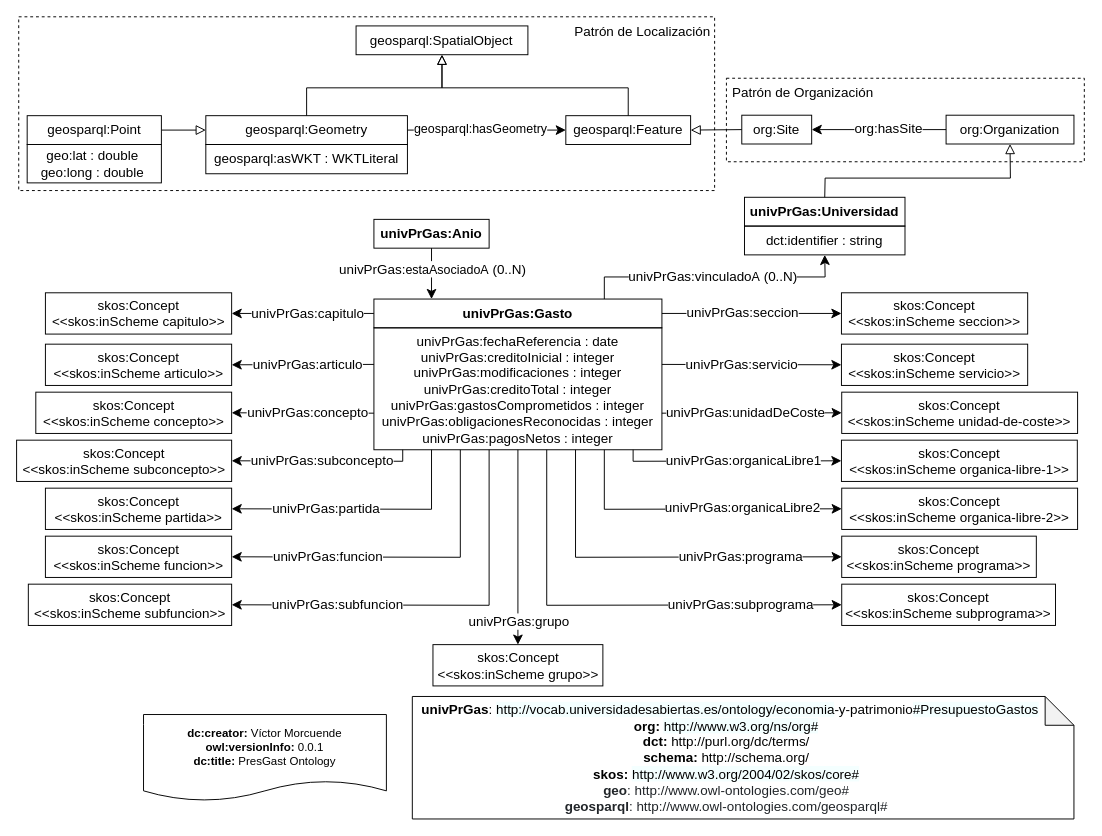
Earlier version of the draw.io diagram vocab-presupuesto-gastos/PresGast Diagrama_v1.drawio (openuniversitydata/economia-y-patrimonio). Source tidied: cells renumbered, new cells numbered last; positions are measured from the earlier drawing's top-left corner, leaving out a move shared by most shapes. Both pictures are drawn from the tidied source at 96%, with x=0, y=0 at pixel (16, 16).
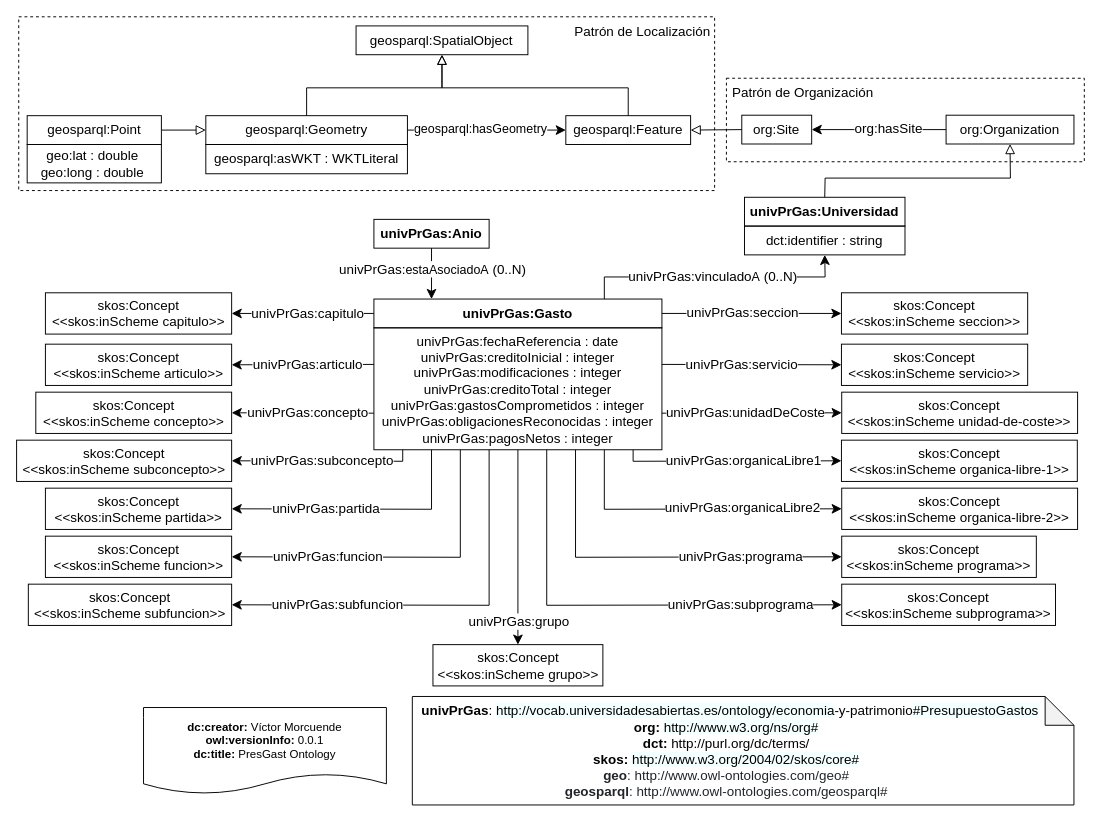
The same page after the edit.

Change to the diagram source:
```diff
@@
     <mxCell id="2" value="&lt;div&gt;&lt;b&gt;dc:creator:&lt;/b&gt;&amp;nbsp;Víctor Morcuende&lt;/div&gt;&lt;div&gt;&lt;b&gt;owl:versionInfo:&lt;/b&gt; 0.0.1&lt;/div&gt;&lt;div&gt;&lt;b&gt;dc:title:&lt;/b&gt; PresGast Ontology&lt;/div&gt;" style="shape=document;whiteSpace=wrap;html=1;boundedLbl=1;labelBackgroundColor=#ffffff;strokeColor=#000000;fontSize=12;fontColor=#000000;size=0.23333333333333334;fillColor=none;" parent="1" vertex="1">
-      <mxGeometry x="132" y="726.8" width="253" height="90" as="geometry" />
+      <mxGeometry x="132" y="719.5" width="253" height="90" as="geometry" />
     </mxCell>
-    <mxCell id="3" value="&lt;div&gt;&lt;div&gt;&lt;div&gt;&lt;div&gt;&lt;div&gt;&lt;b&gt;&amp;nbsp; univPrGas&lt;/b&gt;:&amp;nbsp;&lt;span style=&quot;background-color: rgb(244 , 255 , 255)&quot;&gt;http://vocab.universidadesabiertas.es/ontology/economia&lt;/span&gt;-y-patrimonio&lt;span style=&quot;background-color: rgb(244 , 255 , 255)&quot;&gt;#PresupuestoGastos&lt;/span&gt;&lt;/div&gt;&lt;/div&gt;&lt;/div&gt;&lt;/div&gt;&lt;/div&gt;&lt;div&gt;&lt;div style=&quot;text-align: center&quot;&gt;&lt;b&gt;org:&amp;nbsp;&lt;/b&gt;&lt;span style=&quot;background-color: rgb(244 , 255 , 255)&quot;&gt;http://www.w3.org/ns/org#&lt;/span&gt;&lt;br&gt;&lt;/div&gt;&lt;div&gt;&lt;div style=&quot;text-align: center&quot;&gt;&lt;b&gt;dct:&amp;nbsp;&lt;/b&gt;http://purl.org/dc/terms/&lt;br&gt;&lt;/div&gt;&lt;div style=&quot;text-align: center&quot;&gt;&lt;b&gt;schema:&lt;/b&gt; http://schema.org/&lt;/div&gt;&lt;div style=&quot;text-align: center&quot;&gt;&lt;b&gt;skos:&amp;nbsp;&lt;/b&gt;&lt;span style=&quot;background-color: rgb(244 , 255 , 255)&quot;&gt;http://www.w3.org/2004/02/skos/core#&lt;/span&gt;&lt;br&gt;&lt;/div&gt;&lt;div&gt;&lt;/div&gt;&lt;span&gt;&lt;div style=&quot;text-align: center&quot;&gt;&lt;span style=&quot;color: rgb(33 , 37 , 41) ; box-sizing: border-box&quot;&gt;&lt;b&gt;geo&lt;/b&gt;:&amp;nbsp;&lt;/span&gt;&lt;span style=&quot;color: rgb(33 , 37 , 41)&quot;&gt;http://www.owl-ontologies.com/geo#&lt;/span&gt;&lt;br&gt;&lt;/div&gt;&lt;/span&gt;&lt;div style=&quot;text-align: center&quot;&gt;&lt;span style=&quot;color: rgb(33 , 37 , 41) ; box-sizing: border-box&quot;&gt;&lt;b&gt;geosparql&lt;/b&gt;:&amp;nbsp;&lt;/span&gt;&lt;span style=&quot;color: rgb(33 , 37 , 41)&quot;&gt;http://www.owl-ontologies.com/geosparql#&lt;/span&gt;&lt;/div&gt;&lt;/div&gt;&lt;/div&gt;" style="shape=note;whiteSpace=wrap;html=1;backgroundOutline=1;darkOpacity=0.05;fontSize=14;fillColor=none;align=left;" parent="1" vertex="1">
-      <mxGeometry x="412" y="708" width="689.2" height="127.6" as="geometry" />
+    <mxCell id="3" value="&lt;div&gt;&lt;div&gt;&lt;div&gt;&lt;div&gt;&lt;div&gt;&lt;b&gt;&amp;nbsp; univPrGas&lt;/b&gt;:&amp;nbsp;&lt;span style=&quot;background-color: rgb(244 , 255 , 255)&quot;&gt;http://vocab.universidadesabiertas.es/ontology/economia&lt;/span&gt;-y-patrimonio&lt;span style=&quot;background-color: rgb(244 , 255 , 255)&quot;&gt;#PresupuestoGastos&lt;/span&gt;&lt;/div&gt;&lt;/div&gt;&lt;/div&gt;&lt;/div&gt;&lt;/div&gt;&lt;div&gt;&lt;div style=&quot;text-align: center&quot;&gt;&lt;b&gt;org:&amp;nbsp;&lt;/b&gt;&lt;span style=&quot;background-color: rgb(244 , 255 , 255)&quot;&gt;http://www.w3.org/ns/org#&lt;/span&gt;&lt;br&gt;&lt;/div&gt;&lt;div&gt;&lt;div style=&quot;text-align: center&quot;&gt;&lt;b&gt;dct:&amp;nbsp;&lt;/b&gt;http://purl.org/dc/terms/&lt;/div&gt;&lt;div style=&quot;text-align: center&quot;&gt;&lt;b&gt;skos:&amp;nbsp;&lt;/b&gt;&lt;span style=&quot;background-color: rgb(244 , 255 , 255)&quot;&gt;http://www.w3.org/2004/02/skos/core#&lt;/span&gt;&lt;br&gt;&lt;/div&gt;&lt;div&gt;&lt;/div&gt;&lt;span&gt;&lt;div style=&quot;text-align: center&quot;&gt;&lt;span style=&quot;color: rgb(33 , 37 , 41) ; box-sizing: border-box&quot;&gt;&lt;b&gt;geo&lt;/b&gt;:&amp;nbsp;&lt;/span&gt;&lt;span style=&quot;color: rgb(33 , 37 , 41)&quot;&gt;http://www.owl-ontologies.com/geo#&lt;/span&gt;&lt;br&gt;&lt;/div&gt;&lt;/span&gt;&lt;div style=&quot;text-align: center&quot;&gt;&lt;span style=&quot;color: rgb(33 , 37 , 41) ; box-sizing: border-box&quot;&gt;&lt;b&gt;geosparql&lt;/b&gt;:&amp;nbsp;&lt;/span&gt;&lt;span style=&quot;color: rgb(33 , 37 , 41)&quot;&gt;http://www.owl-ontologies.com/geosparql#&lt;/span&gt;&lt;/div&gt;&lt;/div&gt;&lt;/div&gt;" style="shape=note;whiteSpace=wrap;html=1;backgroundOutline=1;darkOpacity=0.05;fontSize=14;fillColor=none;align=left;" parent="1" vertex="1">
+      <mxGeometry x="412" y="708" width="689.2" height="113" as="geometry" />
     </mxCell>
```
